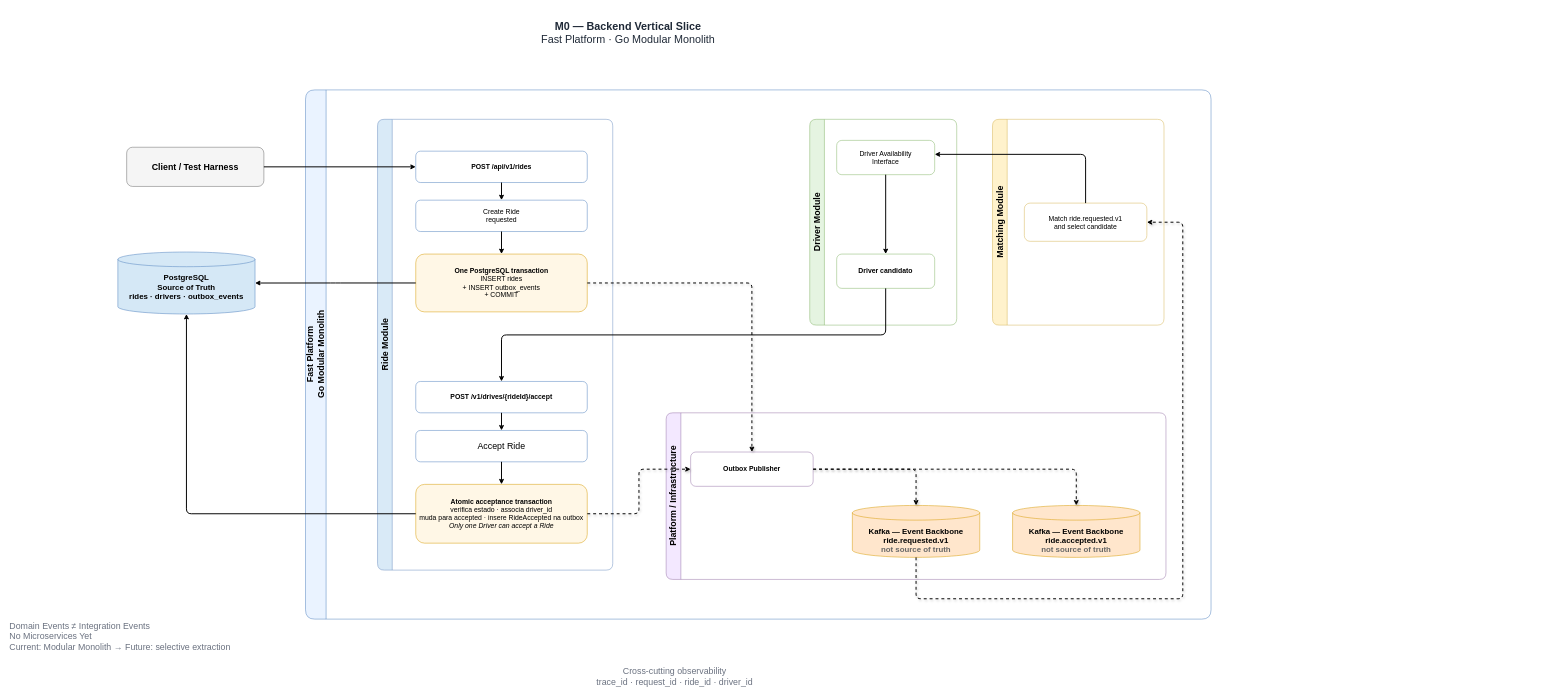
Above: page "M0 — First Vertical Slice" (2 of 4) of fast.drawio in guilhermelinosp/fast-drawio (draw.io), before the change. Source tidied: cells renumbered, new cells numbered last; positions are measured from the earlier drawing's top-left corner, leaving out a move shared by most shapes. Both pictures are drawn from the tidied source at 49%, with x=0, y=0 at pixel (8, 8).
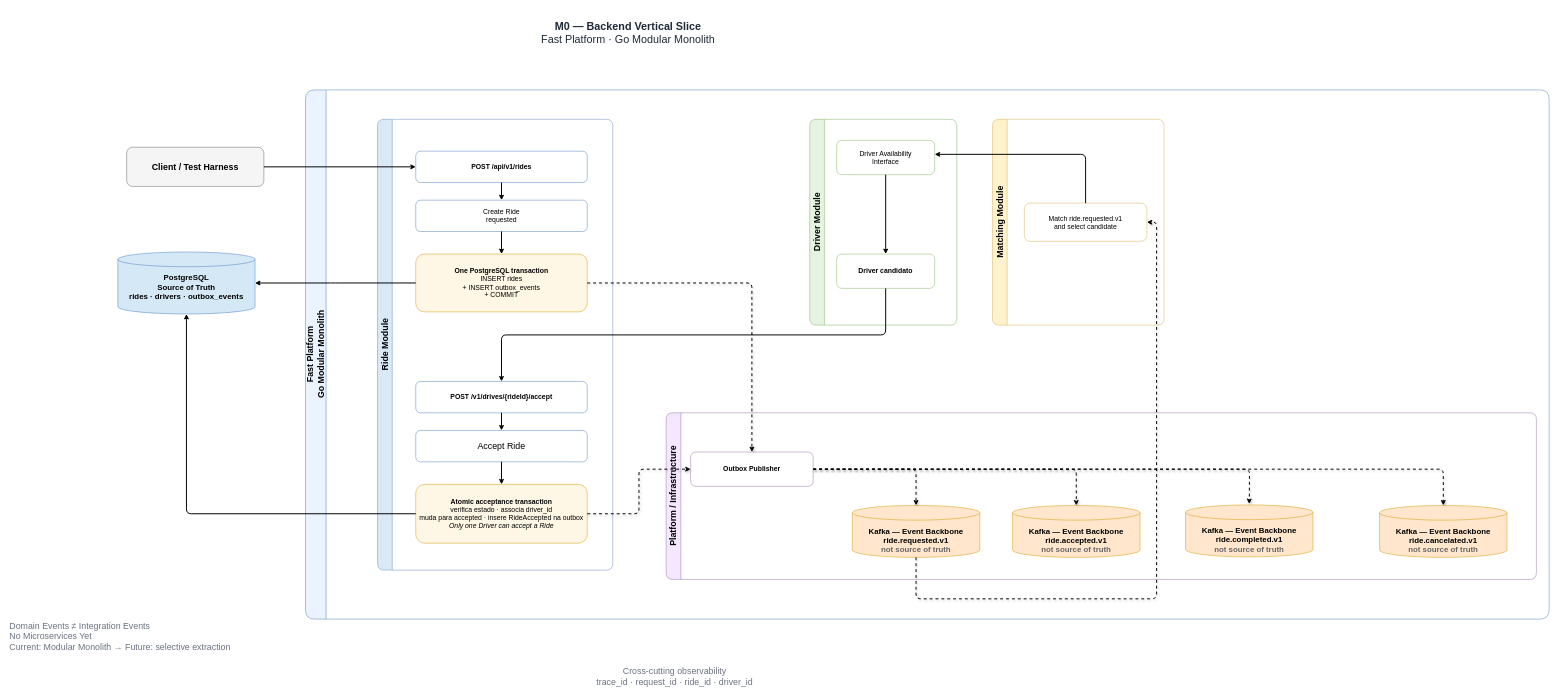
Above is the later version.

The change refers to these unchanged cells:
```xml
<mxCell id="15" value="&lt;font style=&quot;font-size: 14px;&quot;&gt;Match ride.requested.v1&lt;br&gt;and select candidate&lt;/font&gt;" style="rounded=1;whiteSpace=wrap;html=1;fillColor=#ffffff;strokeColor=#d6b656;" parent="14" vertex="1">
  <mxGeometry x="65" y="171" width="250" height="78" as="geometry" />
</mxCell>
<mxCell id="17" value="&lt;font style=&quot;font-size: 14px;&quot;&gt;Outbox Publisher&lt;/font&gt;" style="rounded=1;whiteSpace=wrap;html=1;fillColor=#ffffff;strokeColor=#9673a6;fontStyle=1;" parent="16" vertex="1">
  <mxGeometry x="50" y="80" width="250" height="70" as="geometry" />
</mxCell>
<mxCell id="18" value="&lt;div&gt;&lt;font style=&quot;font-size: 14px;&quot;&gt;&lt;br&gt;&lt;/font&gt;&lt;/div&gt;&lt;div&gt;&lt;font size=&quot;3&quot;&gt;&lt;br&gt;&lt;/font&gt;&lt;/div&gt;&lt;div&gt;&lt;font size=&quot;3&quot;&gt;Kafka — Event Backbone&lt;/font&gt;&lt;/div&gt;&lt;font size=&quot;3&quot;&gt;&lt;b&gt;ride.requested.v1&lt;/b&gt;&lt;br&gt;&lt;font color=&quot;#666666&quot;&gt;not source of truth&lt;/font&gt;&lt;/font&gt;" style="shape=cylinder3;whiteSpace=wrap;html=1;fillColor=#ffe6cc;strokeColor=#d79b00;fontStyle=1;" parent="16" vertex="1">
  <mxGeometry x="380" y="189" width="260" height="106" as="geometry" />
</mxCell>
```

What changed in the source:
```diff
@@
     <mxCell id="3" value="&lt;font style=&quot;font-size: 18px;&quot;&gt;&lt;b&gt;Fast Platform&lt;/b&gt;&lt;br&gt;Go Modular Monolith&lt;/font&gt;" style="swimlane;horizontal=0;startSize=42;rounded=1;fillColor=#eaf3ff;strokeColor=#4f81bd;fontStyle=1;fontSize=16;html=1;" parent="1" vertex="1">
-      <mxGeometry x="606" y="166" width="1848" height="1080" as="geometry" />
+      <mxGeometry x="606" y="166" width="2538" height="1080" as="geometry" />
     </mxCell>
@@
     <mxCell id="16" value="&lt;font style=&quot;font-size: 18px;&quot;&gt;Platform / Infrastructure&lt;/font&gt;" style="swimlane;horizontal=0;startSize=30;rounded=1;fillColor=#f3e8ff;strokeColor=#9673a6;fontStyle=1;html=1;" parent="3" vertex="1">
-      <mxGeometry x="736" y="659" width="1020" height="340" as="geometry" />
+      <mxGeometry x="736" y="659" width="1776" height="340" as="geometry" />
     </mxCell>
@@
+    <mxCell id="39" value="&lt;div&gt;&lt;font style=&quot;font-size: 14px;&quot;&gt;&lt;br&gt;&lt;/font&gt;&lt;/div&gt;&lt;div&gt;&lt;font size=&quot;3&quot;&gt;&lt;br&gt;&lt;/font&gt;&lt;/div&gt;&lt;div&gt;&lt;font size=&quot;3&quot;&gt;Kafka — Event Backbone&lt;/font&gt;&lt;/div&gt;&lt;font size=&quot;3&quot;&gt;&lt;b&gt;ride.cancelated.v1&lt;/b&gt;&lt;br&gt;&lt;font color=&quot;#666666&quot;&gt;not source of truth&lt;/font&gt;&lt;/font&gt;" style="shape=cylinder3;whiteSpace=wrap;html=1;fillColor=#ffe6cc;strokeColor=#d79b00;fontStyle=1;" parent="16" vertex="1">
+      <mxGeometry x="1456" y="189" width="260" height="106" as="geometry" />
+    </mxCell>
+    <mxCell id="40" style="edgeStyle=orthogonalEdgeStyle;rounded=1;html=1;endArrow=classic;strokeWidth=2;dashed=1;flowAnimation=1;shadow=1;exitX=1;exitY=0.5;exitDx=0;exitDy=0;entryX=0.5;entryY=0;entryDx=0;entryDy=0;entryPerimeter=0;" parent="16" edge="1" source="17" target="39">
+      <mxGeometry relative="1" as="geometry" />
+    </mxCell>
@@
     <mxCell id="30" style="edgeStyle=orthogonalEdgeStyle;rounded=1;html=1;endArrow=classic;strokeWidth=2;dashed=1;flowAnimation=1;shadow=1;exitX=0.5;exitY=1;exitDx=0;exitDy=0;exitPerimeter=0;" parent="1" edge="1" source="18" target="15">
       <mxGeometry relative="1" as="geometry">
         <Array as="points">
-          <mxPoint x="1852.1" y="1204.5" />
-          <mxPoint x="2396.4" y="1204.5" />
+          <mxPoint x="1852" y="1204.6" />
+          <mxPoint x="2342.9" y="1204.6" />
+          <mxPoint x="2342.9" y="436" />
         </Array>
       </mxGeometry>
     </mxCell>
@@
+    <mxCell id="41" value="&lt;div&gt;&lt;font style=&quot;font-size: 14px;&quot;&gt;&lt;br&gt;&lt;/font&gt;&lt;/div&gt;&lt;div&gt;&lt;font size=&quot;3&quot;&gt;&lt;br&gt;&lt;/font&gt;&lt;/div&gt;&lt;div&gt;&lt;font size=&quot;3&quot;&gt;Kafka — Event Backbone&lt;/font&gt;&lt;/div&gt;&lt;font size=&quot;3&quot;&gt;&lt;b&gt;ride.completed.v1&lt;/b&gt;&lt;br&gt;&lt;font color=&quot;#666666&quot;&gt;not source of truth&lt;/font&gt;&lt;/font&gt;" style="shape=cylinder3;whiteSpace=wrap;html=1;fillColor=#ffe6cc;strokeColor=#d79b00;fontStyle=1;" parent="1" vertex="1">
+      <mxGeometry x="2402" y="1013" width="260" height="106" as="geometry" />
+    </mxCell>
+    <mxCell id="42" style="edgeStyle=orthogonalEdgeStyle;rounded=1;html=1;endArrow=classic;strokeWidth=2;dashed=1;flowAnimation=1;shadow=1;exitX=1;exitY=0.5;exitDx=0;exitDy=0;" parent="1" edge="1" source="17">
+      <mxGeometry relative="1" as="geometry">
+        <mxPoint x="2532" y="1011" as="targetPoint" />
+      </mxGeometry>
+    </mxCell>
```
